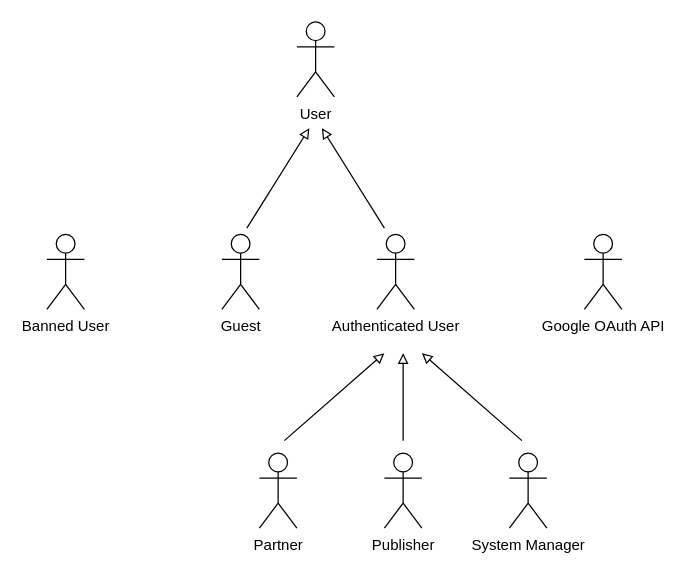
Before: img/actors.drawio in biam05/lbaw-feup, a draw.io diagram. Source tidied: cells renumbered, new cells numbered last; positions are measured from the earlier drawing's top-left corner, leaving out a move shared by most shapes. Both pictures are drawn from the tidied source at 125%, with x=0, y=0 at pixel (46, 21).
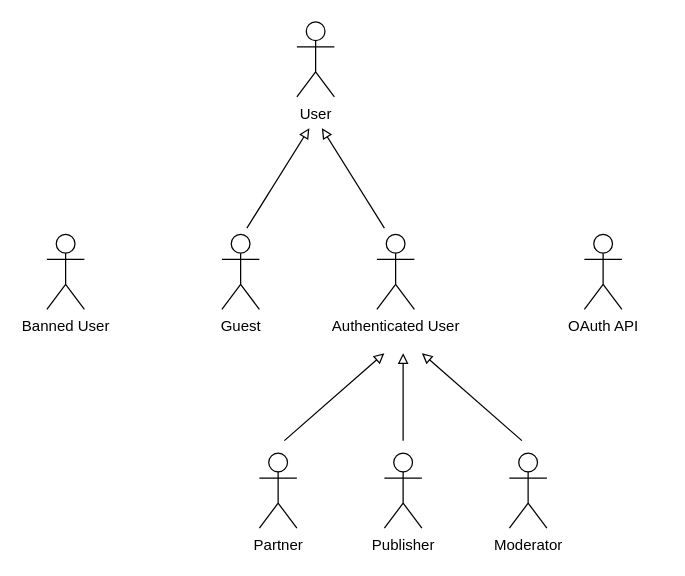
The same diagram, later.

What changed in the source:
```diff
@@
 <mxGraphModel>
   <root>
     <mxCell id="0" />
     <mxCell id="1" parent="0" />
     <mxCell id="2" value="Guest" style="shape=umlActor;verticalLabelPosition=bottom;verticalAlign=top;html=1;" parent="1" vertex="1">
       <mxGeometry x="140" y="170" width="30" height="60" as="geometry" />
     </mxCell>
     <mxCell id="3" value="Authenticated User" style="shape=umlActor;verticalLabelPosition=bottom;verticalAlign=top;html=1;" parent="1" vertex="1">
       <mxGeometry x="264" y="170" width="30" height="60" as="geometry" />
     </mxCell>
-    <mxCell id="4" value="System Manager" style="shape=umlActor;verticalLabelPosition=bottom;verticalAlign=top;html=1;" parent="1" vertex="1">
+    <mxCell id="4" value="Moderator" style="shape=umlActor;verticalLabelPosition=bottom;verticalAlign=top;html=1;" parent="1" vertex="1">
       <mxGeometry x="370" y="345" width="30" height="60" as="geometry" />
     </mxCell>
     <mxCell id="5" value="User" style="shape=umlActor;verticalLabelPosition=bottom;verticalAlign=top;html=1;" parent="1" vertex="1">
       <mxGeometry x="200" width="30" height="60" as="geometry" />
     </mxCell>
     <mxCell id="6" style="orthogonalLoop=1;jettySize=auto;html=1;endArrow=block;endFill=0;" parent="1" edge="1">
       <mxGeometry relative="1" as="geometry">
         <mxPoint x="270" y="165" as="sourcePoint" />
         <mxPoint x="220" y="85" as="targetPoint" />
       </mxGeometry>
     </mxCell>
     <mxCell id="7" value="Partner" style="shape=umlActor;verticalLabelPosition=bottom;verticalAlign=top;html=1;" parent="1" vertex="1">
       <mxGeometry x="170" y="345" width="30" height="60" as="geometry" />
     </mxCell>
     <mxCell id="8" style="orthogonalLoop=1;jettySize=auto;html=1;endArrow=block;endFill=0;" parent="1" edge="1">
       <mxGeometry relative="1" as="geometry">
         <mxPoint x="285" y="335" as="sourcePoint" />
         <mxPoint x="285" y="265" as="targetPoint" />
       </mxGeometry>
     </mxCell>
     <mxCell id="9" style="orthogonalLoop=1;jettySize=auto;html=1;endArrow=block;endFill=0;" parent="1" edge="1">
       <mxGeometry relative="1" as="geometry">
         <mxPoint x="380" y="335" as="sourcePoint" />
         <mxPoint x="300" y="265" as="targetPoint" />
       </mxGeometry>
     </mxCell>
     <mxCell id="10" style="orthogonalLoop=1;jettySize=auto;html=1;endArrow=block;endFill=0;" parent="1" edge="1">
       <mxGeometry relative="1" as="geometry">
         <mxPoint x="190" y="335" as="sourcePoint" />
         <mxPoint x="270" y="265" as="targetPoint" />
       </mxGeometry>
     </mxCell>
-    <mxCell id="11" value="Google OAuth API" style="shape=umlActor;verticalLabelPosition=bottom;verticalAlign=top;html=1;" parent="1" vertex="1">
+    <mxCell id="11" value="OAuth API" style="shape=umlActor;verticalLabelPosition=bottom;verticalAlign=top;html=1;" parent="1" vertex="1">
       <mxGeometry x="430" y="170" width="30" height="60" as="geometry" />
     </mxCell>
     <mxCell id="12" value="Banned User" style="shape=umlActor;verticalLabelPosition=bottom;verticalAlign=top;html=1;" parent="1" vertex="1">
       <mxGeometry y="170" width="30" height="60" as="geometry" />
     </mxCell>
     <mxCell id="13" value="Publisher" style="shape=umlActor;verticalLabelPosition=bottom;verticalAlign=top;html=1;" parent="1" vertex="1">
       <mxGeometry x="270" y="345" width="30" height="60" as="geometry" />
     </mxCell>
     <mxCell id="14" style="orthogonalLoop=1;jettySize=auto;html=1;endArrow=block;endFill=0;" parent="1" edge="1">
       <mxGeometry relative="1" as="geometry">
         <mxPoint x="160" y="165" as="sourcePoint" />
         <mxPoint x="210" y="85" as="targetPoint" />
       </mxGeometry>
     </mxCell>
   </root>
 </mxGraphModel>
```
